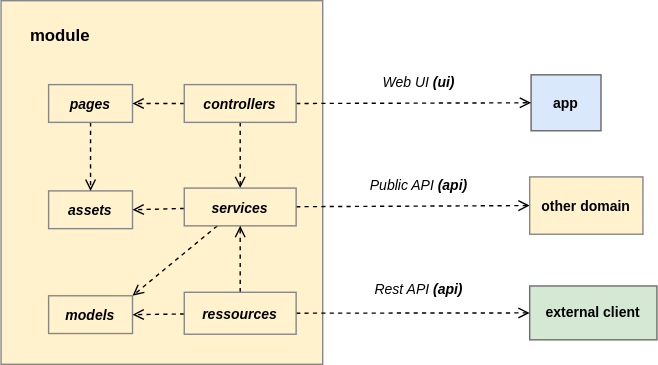
This is docs/diagrams/pigal_module_structure.drawio.svg from MalcomChumchouaPenda/Pigal-Flask, a draw.io export, as it was before one commit. Source tidied: cells renumbered, new cells last; positions are measured from the earlier drawing's top-left corner, leaving out a move shared by most shapes.
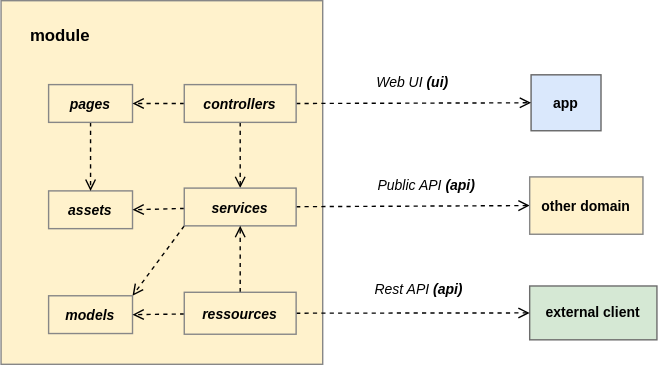
The same diagram one commit later.

Change to the diagram source:
```diff
@@ -38,7 +38,7 @@
     <mxCell id="13" style="edgeStyle=none;html=1;entryX=1;entryY=0.5;entryDx=0;entryDy=0;dashed=1;endArrow=open;endFill=0;" parent="1" edge="1" source="16" target="4">
       <mxGeometry relative="1" as="geometry" />
     </mxCell>
-    <mxCell id="14" style="edgeStyle=none;html=1;entryX=1;entryY=0;entryDx=0;entryDy=0;dashed=1;endArrow=open;endFill=0;" parent="1" edge="1" source="16" target="17">
+    <mxCell id="14" style="edgeStyle=none;html=1;entryX=1;entryY=0;entryDx=0;entryDy=0;dashed=1;endArrow=open;endFill=0;exitX=0;exitY=1;exitDx=0;exitDy=0;" parent="1" edge="1" source="16" target="17">
       <mxGeometry relative="1" as="geometry" />
     </mxCell>
     <mxCell id="15" style="edgeStyle=none;html=1;entryX=0;entryY=0.5;entryDx=0;entryDy=0;dashed=1;endArrow=open;endFill=0;rounded=0;curved=0;" parent="1" edge="1" source="16" target="23">
@@ -51,7 +51,7 @@
       <mxGeometry x="34" y="211" width="60" height="27" as="geometry" />
     </mxCell>
     <mxCell id="18" value="&lt;span style=&quot;font-weight: normal;&quot;&gt;Web UI &lt;/span&gt;(ui)" style="rounded=0;whiteSpace=wrap;html=1;fillColor=none;fontStyle=3;fontSize=10;strokeColor=none;strokeWidth=1;dashed=1;" parent="1" vertex="1">
-      <mxGeometry x="259" y="44" width="80" height="27" as="geometry" />
+      <mxGeometry x="259" y="44" width="71" height="27" as="geometry" />
     </mxCell>
     <mxCell id="19" style="edgeStyle=none;html=1;entryX=0.5;entryY=1;entryDx=0;entryDy=0;dashed=1;endArrow=open;endFill=0;" parent="1" edge="1" source="22" target="16">
       <mxGeometry relative="1" as="geometry" />
@@ -69,7 +69,7 @@
       <mxGeometry x="378" y="126" width="81" height="41" as="geometry" />
     </mxCell>
     <mxCell id="24" value="&lt;span style=&quot;font-weight: normal;&quot;&gt;Public API&lt;/span&gt; (api)" style="rounded=0;whiteSpace=wrap;html=1;fillColor=none;fontStyle=3;fontSize=10;strokeColor=none;strokeWidth=1;dashed=1;" parent="1" vertex="1">
-      <mxGeometry x="259" y="118" width="80" height="27" as="geometry" />
+      <mxGeometry x="259" y="118" width="91" height="27" as="geometry" />
     </mxCell>
     <mxCell id="25" value="&lt;span style=&quot;font-weight: normal;&quot;&gt;Rest API &lt;/span&gt;(api)" style="rounded=0;whiteSpace=wrap;html=1;fillColor=none;fontStyle=3;fontSize=10;strokeColor=none;strokeWidth=1;dashed=1;" parent="1" vertex="1">
       <mxGeometry x="259" y="192" width="80" height="27" as="geometry" />
```
